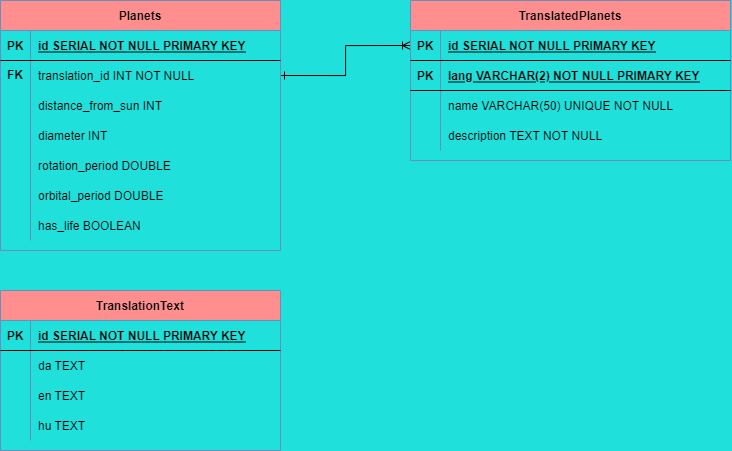
Earlier version of the draw.io export DB/Planets ER Diagram.png (tsgsOFFICIAL/Kilgharrah). Source tidied: cells renumbered, new cells last; positions are measured from the earlier drawing's top-left corner, leaving out a move shared by most shapes.
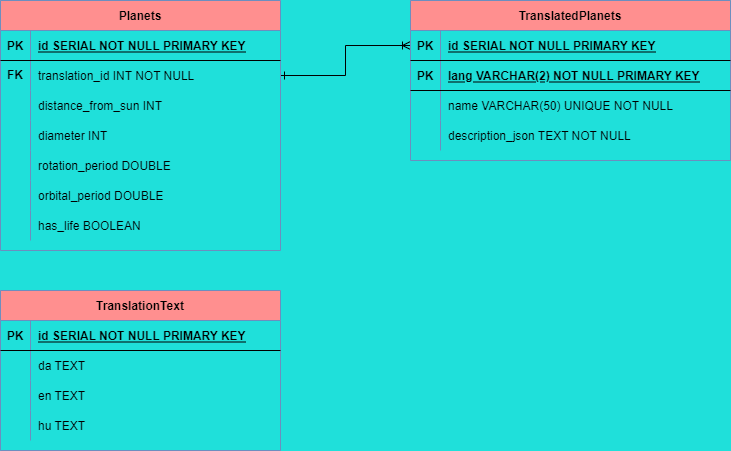
Above is the later version.

Diff of the diagram source:
```diff
@@ -107,7 +107,7 @@
     <mxCell id="36" style="shape=partialRectangle;overflow=hidden;fillColor=none;top=0;left=0;bottom=0;right=0;" parent="35" vertex="1">
       <mxGeometry width="30" height="30" as="geometry" />
     </mxCell>
-    <mxCell id="37" value="description TEXT NOT NULL" style="shape=partialRectangle;overflow=hidden;fillColor=none;top=0;left=0;bottom=0;right=0;align=left;spacingLeft=6;" parent="35" vertex="1">
+    <mxCell id="37" value="description_json TEXT NOT NULL" style="shape=partialRectangle;overflow=hidden;fillColor=none;top=0;left=0;bottom=0;right=0;align=left;spacingLeft=6;" parent="35" vertex="1">
       <mxGeometry x="30" width="290" height="30" as="geometry" />
     </mxCell>
     <mxCell id="38" value="&lt;b&gt;FK&lt;/b&gt;" style="text;html=1;strokeColor=none;fillColor=none;align=center;verticalAlign=middle;whiteSpace=wrap;rounded=0;" parent="1" vertex="1">
```
